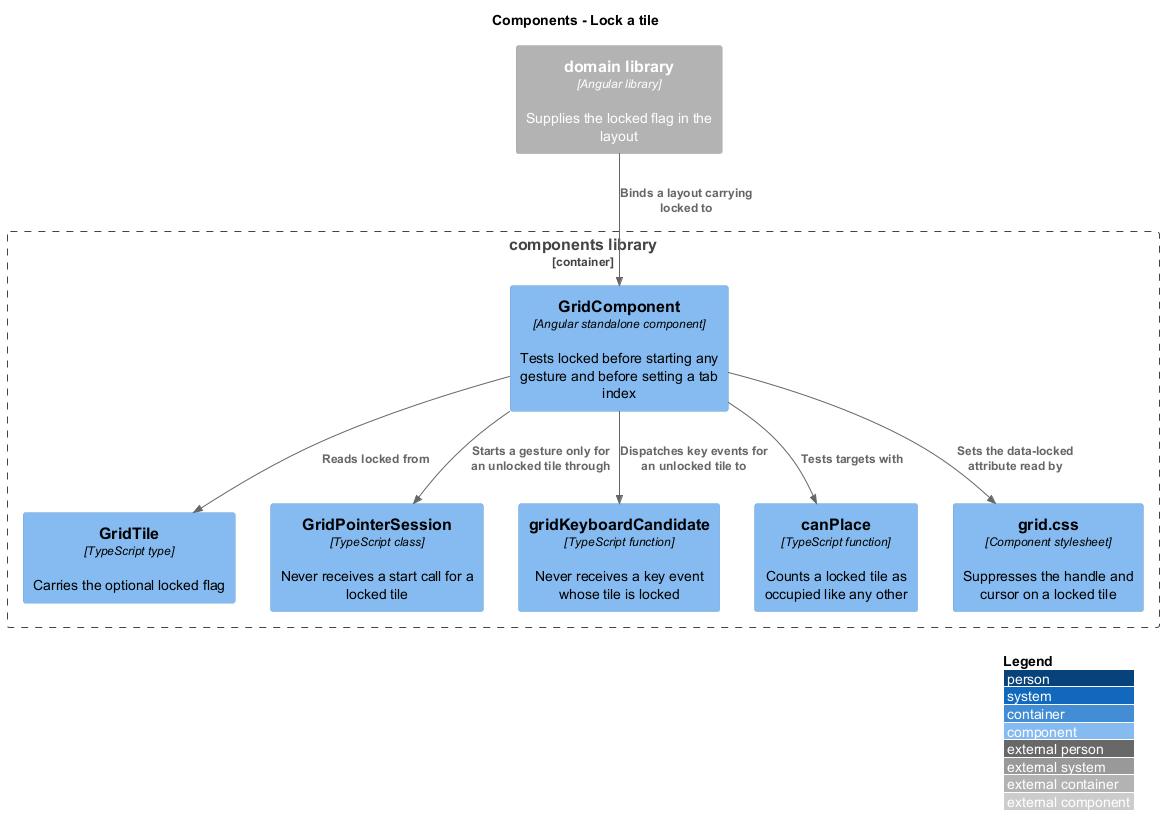
Above: docs/detailed-designs/tile-interaction/lock-a-tile/diagrams/c4-component.png in QuinntyneBrown/qbc-grid (PlantUML), before the change.
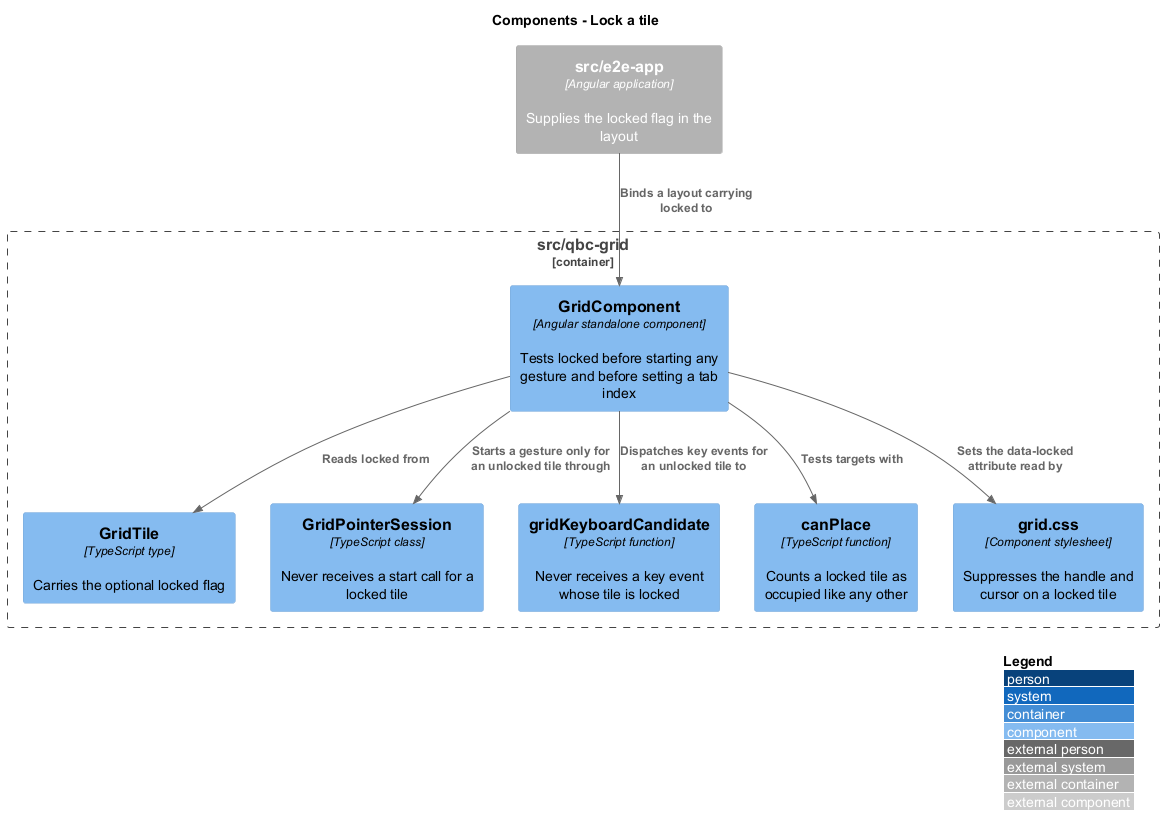
Above is the later version.

Change to the diagram source:
```diff
@@ -3,7 +3,7 @@
 LAYOUT_WITH_LEGEND()
 title Components - Lock a tile
 
-Container_Boundary(components, "components library") {
+Container_Boundary(components, "src/qbc-grid") {
   Component(grid, "GridComponent", "Angular standalone component", "Tests locked before starting any gesture and before setting a tab index")
   Component(tile, "GridTile", "TypeScript type", "Carries the optional locked flag")
   Component(session, "GridPointerSession", "TypeScript class", "Never receives a start call for a locked tile")
@@ -12,9 +12,9 @@
   Component(styles, "grid.css", "Component stylesheet", "Suppresses the handle and cursor on a locked tile")
 }
 
-Container_Ext(domain, "domain library", "Angular library", "Supplies the locked flag in the layout")
+Container_Ext(app, "src/e2e-app", "Angular application", "Supplies the locked flag in the layout")
 
-Rel(domain, grid, "Binds a layout carrying locked to")
+Rel(app, grid, "Binds a layout carrying locked to")
 Rel(grid, tile, "Reads locked from")
 Rel(grid, session, "Starts a gesture only for an unlocked tile through")
 Rel(grid, keys, "Dispatches key events for an unlocked tile to")
```
